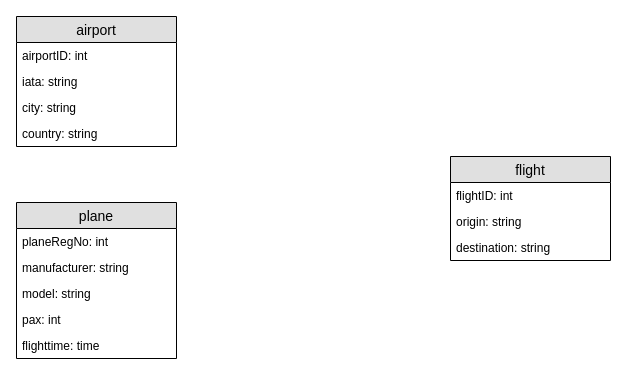
Before: AirlineHenkasFlights.drawio in aphatcodefactory/FSWD70-SQL-DAY02-Acilio-Andreas-Mathias, a draw.io diagram. Source tidied: cells renumbered, new cells numbered last; positions are measured from the earlier drawing's top-left corner, leaving out a move shared by most shapes. Both pictures are drawn from the tidied source at 100%, with x=0, y=0 at pixel (16, 16).
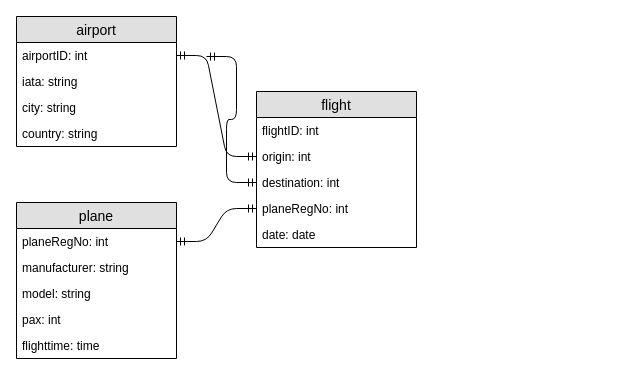
The same page after the edit.

The change refers to these unchanged cells:
```xml
<mxCell id="7" value="airportID: int" style="text;strokeColor=none;fillColor=none;spacingLeft=4;spacingRight=4;overflow=hidden;points=[[0,0.5],[1,0.5]];portConstraint=eastwest;fontSize=12;" parent="6" vertex="1">
  <mxGeometry y="26" width="160" height="26" as="geometry" />
</mxCell>
<mxCell id="12" value="planeRegNo: int" style="text;strokeColor=none;fillColor=none;spacingLeft=4;spacingRight=4;overflow=hidden;points=[[0,0.5],[1,0.5]];portConstraint=eastwest;fontSize=12;" parent="11" vertex="1">
  <mxGeometry y="26" width="160" height="26" as="geometry" />
</mxCell>
```

Change to the diagram source:
```diff
@@
     <mxCell id="2" value="flight" style="swimlane;fontStyle=0;horizontal=1;startSize=26;fillColor=#e0e0e0;swimlaneFillColor=#ffffff;align=center;fontSize=14;" parent="1" vertex="1">
-      <mxGeometry x="434" y="140" width="160" height="104" as="geometry" />
+      <mxGeometry x="240" y="75" width="160" height="156" as="geometry" />
     </mxCell>
@@
-    <mxCell id="4" value="origin: string" style="text;strokeColor=none;fillColor=none;spacingLeft=4;spacingRight=4;overflow=hidden;points=[[0,0.5],[1,0.5]];portConstraint=eastwest;fontSize=12;" parent="2" vertex="1">
+    <mxCell id="4" value="origin: int" style="text;strokeColor=none;fillColor=none;spacingLeft=4;spacingRight=4;overflow=hidden;points=[[0,0.5],[1,0.5]];portConstraint=eastwest;fontSize=12;" parent="2" vertex="1">
       <mxGeometry y="52" width="160" height="26" as="geometry" />
     </mxCell>
-    <mxCell id="5" value="destination: string" style="text;strokeColor=none;fillColor=none;spacingLeft=4;spacingRight=4;overflow=hidden;points=[[0,0.5],[1,0.5]];portConstraint=eastwest;fontSize=12;" parent="2" vertex="1">
+    <mxCell id="5" value="destination: int" style="text;strokeColor=none;fillColor=none;spacingLeft=4;spacingRight=4;overflow=hidden;points=[[0,0.5],[1,0.5]];portConstraint=eastwest;fontSize=12;" parent="2" vertex="1">
       <mxGeometry y="78" width="160" height="26" as="geometry" />
     </mxCell>
+    <mxCell id="17" value="planeRegNo: int" style="text;strokeColor=none;fillColor=none;spacingLeft=4;spacingRight=4;overflow=hidden;points=[[0,0.5],[1,0.5]];portConstraint=eastwest;fontSize=12;" parent="2" vertex="1">
+      <mxGeometry y="104" width="160" height="26" as="geometry" />
+    </mxCell>
+    <mxCell id="18" value="date: date" style="text;strokeColor=none;fillColor=none;spacingLeft=4;spacingRight=4;overflow=hidden;fontSize=12;" parent="2" vertex="1">
+      <mxGeometry y="130" width="160" height="26" as="geometry" />
+    </mxCell>
@@
+    <mxCell id="19" style="edgeStyle=entityRelationEdgeStyle;fontSize=12;html=1;endArrow=ERmandOne;startArrow=ERmandOne;exitX=1;exitY=0.5;exitDx=0;exitDy=0;entryX=0;entryY=0.5;entryDx=0;entryDy=0;" parent="1" edge="1" source="7" target="4">
+      <mxGeometry relative="1" as="geometry" />
+    </mxCell>
+    <mxCell id="20" style="edgeStyle=entityRelationEdgeStyle;fontSize=12;html=1;endArrow=ERmandOne;startArrow=ERmandOne;entryX=0;entryY=0.5;entryDx=0;entryDy=0;" parent="1" edge="1" target="5">
+      <mxGeometry relative="1" as="geometry">
+        <mxPoint x="190" y="40" as="sourcePoint" />
+      </mxGeometry>
+    </mxCell>
+    <mxCell id="21" style="edgeStyle=entityRelationEdgeStyle;fontSize=12;html=1;endArrow=ERmandOne;startArrow=ERmandOne;exitX=1;exitY=0.5;exitDx=0;exitDy=0;entryX=0;entryY=0.5;entryDx=0;entryDy=0;" parent="1" edge="1" source="12" target="17">
+      <mxGeometry relative="1" as="geometry" />
+    </mxCell>
```
